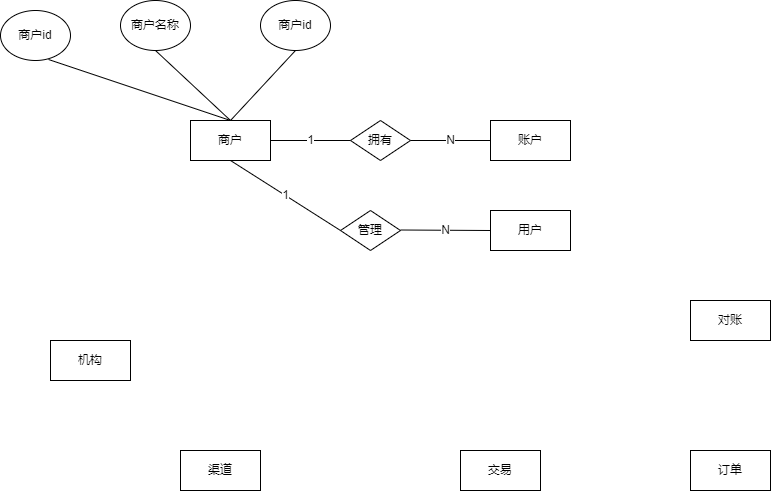
Above: 代付E-R图1.png in songyibo2019/mydiagrams (draw.io), before the change. Source tidied: cells renumbered, new cells last; positions are measured from the earlier drawing's top-left corner, leaving out a move shared by most shapes.
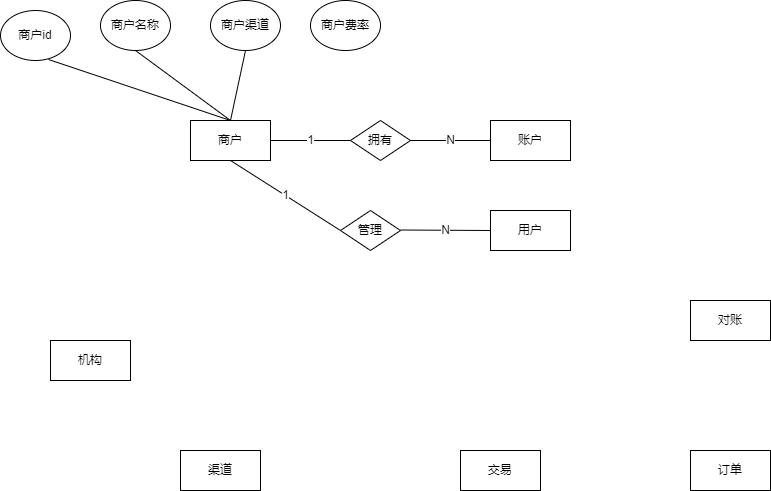
After the change.

Change to the diagram source:
```diff
@@ -17,11 +17,11 @@
     <mxCell id="6" value="机构" style="rounded=0;whiteSpace=wrap;html=1;" parent="1" vertex="1">
       <mxGeometry x="50" y="340" width="80" height="40" as="geometry" />
     </mxCell>
-    <mxCell id="7" value="商户id" style="ellipse;whiteSpace=wrap;html=1;" parent="1" vertex="1">
-      <mxGeometry x="260" width="70" height="50" as="geometry" />
+    <mxCell id="7" value="商户渠道" style="ellipse;whiteSpace=wrap;html=1;" parent="1" vertex="1">
+      <mxGeometry x="210" width="70" height="50" as="geometry" />
     </mxCell>
     <mxCell id="8" value="商户名称" style="ellipse;whiteSpace=wrap;html=1;" parent="1" vertex="1">
-      <mxGeometry x="120" width="70" height="50" as="geometry" />
+      <mxGeometry x="100" width="70" height="50" as="geometry" />
     </mxCell>
     <mxCell id="9" style="endArrow=none;html=1;rounded=0;entryX=0.5;entryY=1;entryDx=0;entryDy=0;exitX=0.5;exitY=0;exitDx=0;exitDy=0;" parent="1" edge="1" source="2" target="7">
       <mxGeometry relative="1" as="geometry" />
@@ -68,5 +68,8 @@
         <mxPoint x="400" y="229.5" as="sourcePoint" />
       </mxGeometry>
     </mxCell>
+    <mxCell id="22" value="商户费率" style="ellipse;whiteSpace=wrap;html=1;" parent="1" vertex="1">
+      <mxGeometry x="310" width="70" height="50" as="geometry" />
+    </mxCell>
   </root>
 </mxGraphModel>
```
